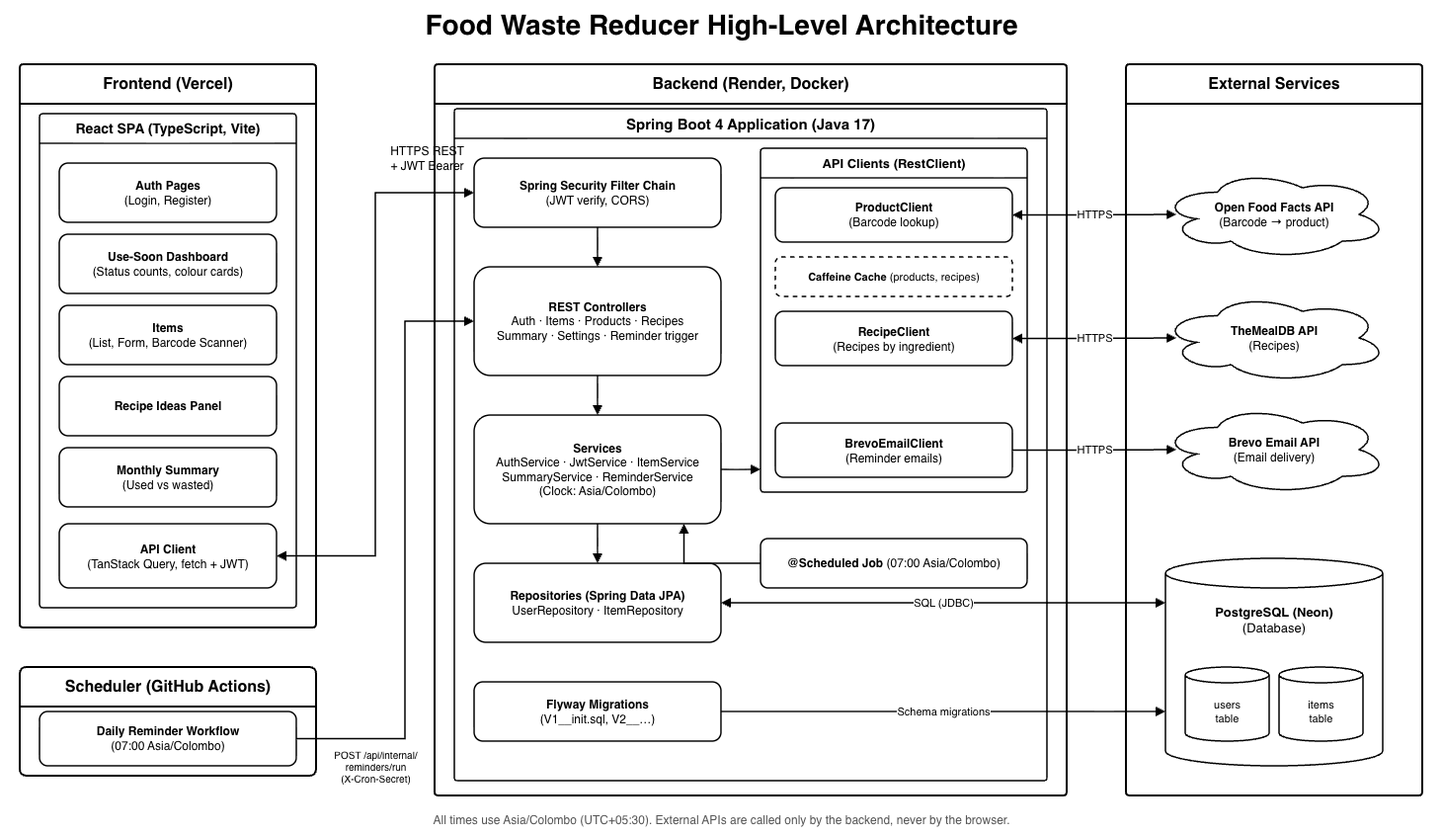
Earlier version of the draw.io export docs/architecture-food-waste-reducer.png (vidurukalpana/food-waste-reducer). Source tidied: cells renumbered, new cells last; positions are measured from the earlier drawing's top-left corner, leaving out a move shared by most shapes.
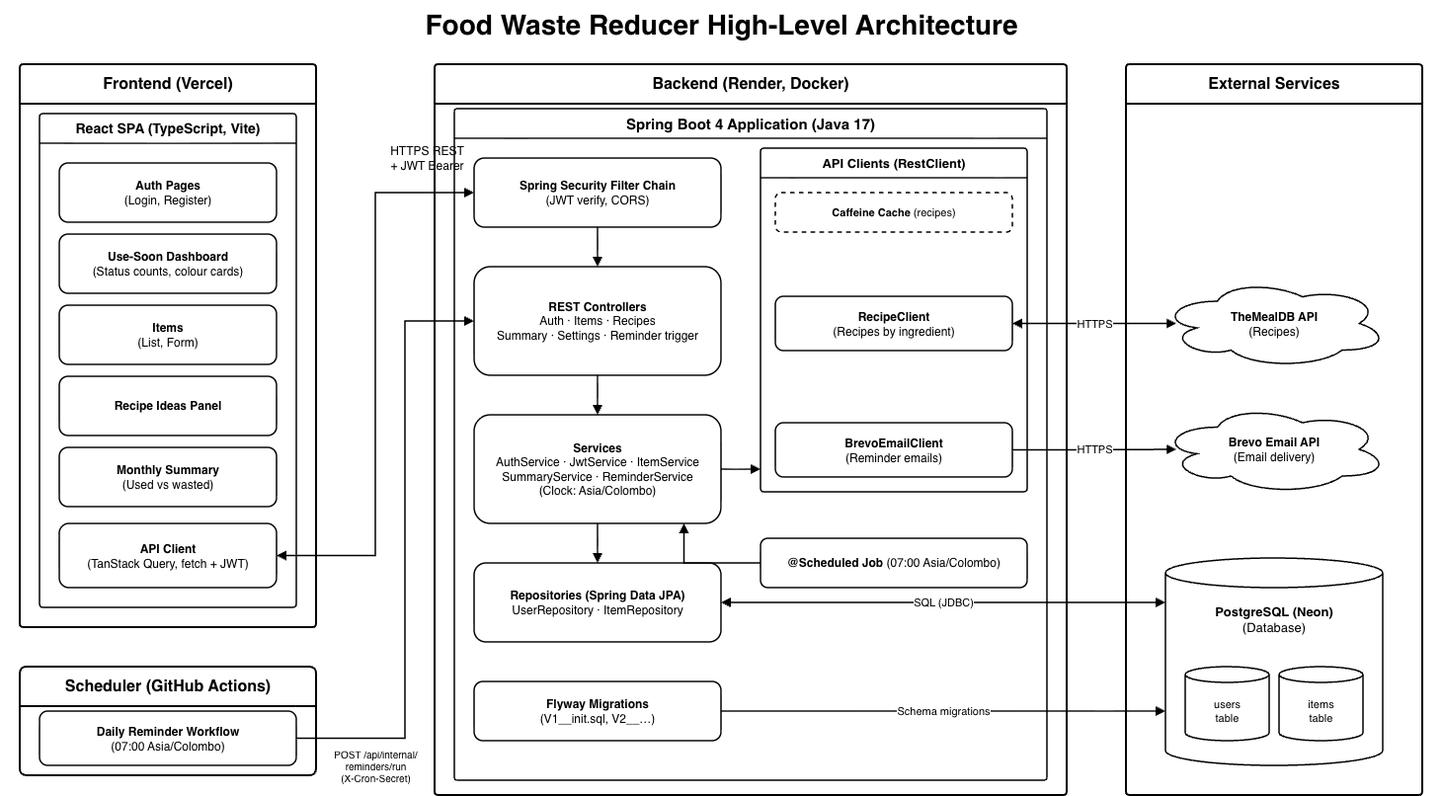
Above is the later version.

What changed in the source:
```diff
@@ -1,4 +1,4 @@
-<mxGraphModel background="#FFFFFF">
+<mxGraphModel>
   <root>
     <mxCell id="0" />
     <mxCell id="1" parent="0" />
@@ -17,9 +17,9 @@
     <mxCell id="6" value="&lt;b&gt;Use-Soon Dashboard&lt;/b&gt;&lt;br&gt;(Status counts, colour cards)" style="rounded=1;whiteSpace=wrap;html=1;strokeWidth=1.5;fillColor=#FFFFFF;fontSize=12;" parent="4" vertex="1">
       <mxGeometry x="20" y="122" width="220" height="60" as="geometry" />
     </mxCell>
-    <mxCell id="7" value="&lt;b&gt;Items&lt;/b&gt;&lt;br&gt;(List, Form, Barcode Scanner)" style="rounded=1;whiteSpace=wrap;html=1;strokeWidth=1.5;fillColor=#FFFFFF;fontSize=12;" parent="4" vertex="1">
-      <mxGeometry x="20" y="194" width="220" height="60" as="geometry" />
-    </mxCell>
+    <mxCell id="48" value="&lt;b&gt;Items&lt;/b&gt;&lt;br&gt;(List, Form)" style="rounded=1;whiteSpace=wrap;html=1;strokeWidth=1.5;fillColor=#FFFFFF;fontSize=12;" parent="4" vertex="1">
+      <mxGeometry x="20" y="194" width="220" height="60" as="geometry" />
+    </mxCell>
     <mxCell id="8" value="&lt;b&gt;Recipe Ideas Panel&lt;/b&gt;" style="rounded=1;whiteSpace=wrap;html=1;strokeWidth=1.5;fillColor=#FFFFFF;fontSize=12;" parent="4" vertex="1">
       <mxGeometry x="20" y="266" width="220" height="60" as="geometry" />
     </mxCell>
@@ -44,9 +44,9 @@
     <mxCell id="15" value="&lt;b&gt;Spring Security Filter Chain&lt;/b&gt;&lt;br&gt;(JWT verify, CORS)" style="rounded=1;whiteSpace=wrap;html=1;strokeWidth=1.5;fillColor=#FFFFFF;fontSize=12;" parent="14" vertex="1">
       <mxGeometry x="20" y="50" width="250" height="70" as="geometry" />
     </mxCell>
-    <mxCell id="16" value="&lt;b&gt;REST Controllers&lt;/b&gt;&lt;br&gt;Auth · Items · Products · Recipes&lt;br&gt;Summary · Settings · Reminder trigger" style="rounded=1;whiteSpace=wrap;html=1;strokeWidth=1.5;fillColor=#FFFFFF;fontSize=12;" parent="14" vertex="1">
-      <mxGeometry x="20" y="160" width="250" height="110" as="geometry" />
-    </mxCell>
+    <mxCell id="49" value="&lt;b&gt;REST Controllers&lt;/b&gt;&lt;br&gt;Auth · Items · Recipes&lt;br&gt;Summary · Settings · Reminder trigger" style="rounded=1;whiteSpace=wrap;html=1;strokeWidth=1.5;fillColor=#FFFFFF;fontSize=12;" parent="14" vertex="1">
+      <mxGeometry x="20" y="160" width="250" height="110" as="geometry" />
+    </mxCell>
     <mxCell id="17" value="&lt;b&gt;Services&lt;/b&gt;&lt;br&gt;AuthService · JwtService · ItemService&lt;br&gt;SummaryService · ReminderService&lt;br&gt;(Clock: Asia/Colombo)" style="rounded=1;whiteSpace=wrap;html=1;strokeWidth=1.5;fillColor=#FFFFFF;fontSize=12;" parent="14" vertex="1">
       <mxGeometry x="20" y="310" width="250" height="110" as="geometry" />
     </mxCell>
@@ -59,14 +59,11 @@
     <mxCell id="20" value="API Clients (RestClient)" style="swimlane;rounded=1;arcSize=4;html=1;whiteSpace=wrap;startSize=30;fontSize=13;fontStyle=1;strokeWidth=1.5;fillColor=#FFFFFF;swimlaneFillColor=#FFFFFF;" parent="14" vertex="1">
       <mxGeometry x="310" y="40" width="270" height="348" as="geometry" />
     </mxCell>
-    <mxCell id="21" value="&lt;b&gt;ProductClient&lt;/b&gt;&lt;br&gt;(Barcode lookup)" style="rounded=1;whiteSpace=wrap;html=1;strokeWidth=1.5;fillColor=#FFFFFF;fontSize=12;" parent="20" vertex="1">
-      <mxGeometry x="15" y="40" width="240" height="55" as="geometry" />
-    </mxCell>
-    <mxCell id="22" value="&lt;b&gt;Caffeine Cache&lt;/b&gt; (products, recipes)" style="rounded=1;whiteSpace=wrap;html=1;strokeWidth=1.5;dashed=1;fillColor=#FFFFFF;fontSize=11;" parent="20" vertex="1">
-      <mxGeometry x="15" y="110" width="240" height="40" as="geometry" />
-    </mxCell>
+    <mxCell id="50" value="&lt;b&gt;Caffeine Cache&lt;/b&gt; (recipes)" style="rounded=1;whiteSpace=wrap;html=1;strokeWidth=1.5;dashed=1;fillColor=#FFFFFF;fontSize=11;" parent="20" vertex="1">
+      <mxGeometry x="15" y="45" width="240" height="40" as="geometry" />
+    </mxCell>
     <mxCell id="23" value="&lt;b&gt;RecipeClient&lt;/b&gt;&lt;br&gt;(Recipes by ingredient)" style="rounded=1;whiteSpace=wrap;html=1;strokeWidth=1.5;fillColor=#FFFFFF;fontSize=12;" parent="20" vertex="1">
-      <mxGeometry x="15" y="165" width="240" height="55" as="geometry" />
+      <mxGeometry x="15" y="150" width="240" height="55" as="geometry" />
     </mxCell>
     <mxCell id="24" value="&lt;b&gt;BrevoEmailClient&lt;/b&gt;&lt;br&gt;(Reminder emails)" style="rounded=1;whiteSpace=wrap;html=1;strokeWidth=1.5;fillColor=#FFFFFF;fontSize=12;" parent="20" vertex="1">
       <mxGeometry x="15" y="278" width="240" height="55" as="geometry" />
@@ -77,11 +74,8 @@
     <mxCell id="26" value="External Services" style="swimlane;rounded=1;arcSize=3;html=1;whiteSpace=wrap;startSize=40;fontSize=16;fontStyle=1;strokeWidth=2;fillColor=#FFFFFF;swimlaneFillColor=#FFFFFF;" parent="1" vertex="1">
       <mxGeometry x="1140" y="65" width="300" height="740" as="geometry" />
     </mxCell>
-    <mxCell id="27" value="&lt;b&gt;Open Food Facts API&lt;/b&gt;&lt;br&gt;(Barcode → product)" style="ellipse;shape=cloud;whiteSpace=wrap;html=1;strokeWidth=1.5;fillColor=#FFFFFF;fontSize=12;" parent="26" vertex="1">
-      <mxGeometry x="35" y="107" width="230" height="90" as="geometry" />
-    </mxCell>
     <mxCell id="28" value="&lt;b&gt;TheMealDB API&lt;/b&gt;&lt;br&gt;(Recipes)" style="ellipse;shape=cloud;whiteSpace=wrap;html=1;strokeWidth=1.5;fillColor=#FFFFFF;fontSize=12;" parent="26" vertex="1">
-      <mxGeometry x="35" y="232" width="230" height="90" as="geometry" />
+      <mxGeometry x="35" y="217.5" width="230" height="90" as="geometry" />
     </mxCell>
     <mxCell id="29" value="&lt;b&gt;Brevo Email API&lt;/b&gt;&lt;br&gt;(Email delivery)" style="ellipse;shape=cloud;whiteSpace=wrap;html=1;strokeWidth=1.5;fillColor=#FFFFFF;fontSize=12;" parent="26" vertex="1">
       <mxGeometry x="35" y="345" width="230" height="90" as="geometry" />
@@ -101,9 +95,6 @@
     <mxCell id="34" value="POST /api/internal/&lt;br&gt;reminders/run&lt;br&gt;(X-Cron-Secret)" style="text;html=1;align=center;verticalAlign=top;fontSize=10;" parent="1" vertex="1">
       <mxGeometry x="322" y="751" width="116" height="48" as="geometry" />
     </mxCell>
-    <mxCell id="35" value="All times use Asia/Colombo (UTC+05:30). External APIs are called only by the backend, never by the browser." style="text;html=1;align=center;verticalAlign=middle;fontSize=12;fontColor=#555555;" parent="1" vertex="1">
-      <mxGeometry x="20" y="815" width="1420" height="30" as="geometry" />
-    </mxCell>
     <mxCell id="36" style="edgeStyle=orthogonalEdgeStyle;rounded=0;html=1;strokeWidth=1.5;startArrow=block;startFill=1;endArrow=block;endFill=1;exitX=1;exitY=0.5;entryX=0;entryY=0.5;" parent="1" edge="1" source="10" target="15">
       <mxGeometry relative="1" as="geometry">
         <Array as="points">
@@ -112,20 +103,20 @@
         </Array>
       </mxGeometry>
     </mxCell>
-    <mxCell id="37" style="edgeStyle=orthogonalEdgeStyle;rounded=0;html=1;strokeWidth=1.5;endArrow=block;endFill=1;exitX=1;exitY=0.5;entryX=0;entryY=0.5;" parent="1" edge="1" source="12" target="16">
-      <mxGeometry relative="1" as="geometry">
-        <Array as="points">
-          <mxPoint x="410" y="747.5" />
-          <mxPoint x="410" y="325" />
-        </Array>
-      </mxGeometry>
-    </mxCell>
-    <mxCell id="38" style="edgeStyle=orthogonalEdgeStyle;rounded=0;html=1;strokeWidth=1.5;endArrow=block;endFill=1;exitX=0.5;exitY=1;entryX=0.5;entryY=0;" parent="1" edge="1" source="15" target="16">
-      <mxGeometry relative="1" as="geometry" />
-    </mxCell>
-    <mxCell id="39" style="edgeStyle=orthogonalEdgeStyle;rounded=0;html=1;strokeWidth=1.5;endArrow=block;endFill=1;exitX=0.5;exitY=1;entryX=0.5;entryY=0;" parent="1" edge="1" source="16" target="17">
-      <mxGeometry relative="1" as="geometry" />
-    </mxCell>
+    <mxCell id="51" style="edgeStyle=orthogonalEdgeStyle;rounded=0;html=1;strokeWidth=1.5;endArrow=block;endFill=1;exitX=1;exitY=0.5;entryX=0;entryY=0.5;" parent="1" edge="1" source="12" target="49">
+      <mxGeometry relative="1" as="geometry">
+        <Array as="points">
+          <mxPoint x="410" y="747.5" />
+          <mxPoint x="410" y="325" />
+        </Array>
+      </mxGeometry>
+    </mxCell>
+    <mxCell id="52" style="edgeStyle=orthogonalEdgeStyle;rounded=0;html=1;strokeWidth=1.5;endArrow=block;endFill=1;exitX=0.5;exitY=1;entryX=0.5;entryY=0;" parent="1" edge="1" source="15" target="49">
+      <mxGeometry relative="1" as="geometry" />
+    </mxCell>
+    <mxCell id="53" style="edgeStyle=orthogonalEdgeStyle;rounded=0;html=1;strokeWidth=1.5;endArrow=block;endFill=1;exitX=0.5;exitY=1;entryX=0.5;entryY=0;" parent="1" edge="1" source="49" target="17">
+      <mxGeometry relative="1" as="geometry" />
+    </mxCell>
     <mxCell id="40" style="edgeStyle=orthogonalEdgeStyle;rounded=0;html=1;strokeWidth=1.5;endArrow=block;endFill=1;exitX=0.5;exitY=1;entryX=0.5;entryY=0;" parent="1" edge="1" source="17" target="18">
       <mxGeometry relative="1" as="geometry" />
     </mxCell>
@@ -141,9 +132,6 @@
     <mxCell id="44" value="Schema migrations" style="edgeStyle=orthogonalEdgeStyle;rounded=0;html=1;strokeWidth=1.5;endArrow=block;endFill=1;exitX=1;exitY=0.5;entryX=0;entryY=0.738;fontSize=11;labelBackgroundColor=#FFFFFF;" parent="1" edge="1" source="19" target="30">
       <mxGeometry relative="1" as="geometry" />
     </mxCell>
-    <mxCell id="45" value="HTTPS" style="edgeStyle=orthogonalEdgeStyle;rounded=0;html=1;strokeWidth=1.5;startArrow=block;startFill=1;endArrow=block;endFill=1;exitX=1;exitY=0.5;entryX=0.07;entryY=0.5;entryPerimeter=0;fontSize=11;labelBackgroundColor=#FFFFFF;" parent="1" edge="1" source="21" target="27">
-      <mxGeometry relative="1" as="geometry" />
-    </mxCell>
     <mxCell id="46" value="HTTPS" style="edgeStyle=orthogonalEdgeStyle;rounded=0;html=1;strokeWidth=1.5;startArrow=block;startFill=1;endArrow=block;endFill=1;exitX=1;exitY=0.5;entryX=0.07;entryY=0.5;entryPerimeter=0;fontSize=11;labelBackgroundColor=#FFFFFF;" parent="1" edge="1" source="23" target="28">
       <mxGeometry relative="1" as="geometry" />
     </mxCell>
```
